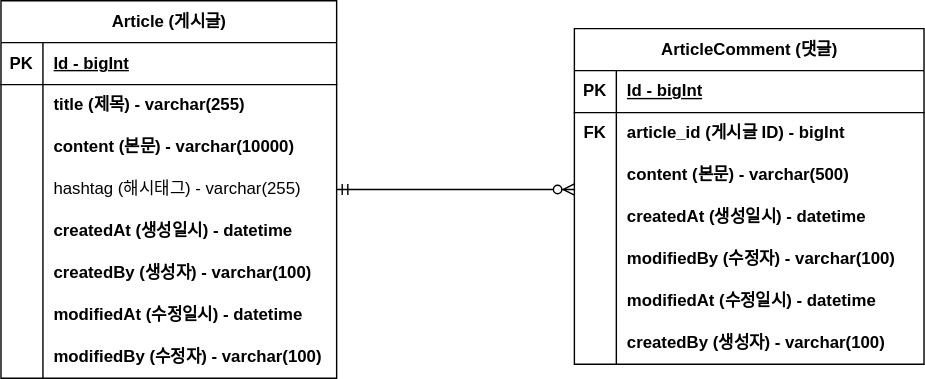
Above: document/board-project-erd.svg in CodingScript990/board-project (draw.io), before the change. Source tidied: cells renumbered, new cells last; positions are measured from the earlier drawing's top-left corner, leaving out a move shared by most shapes.
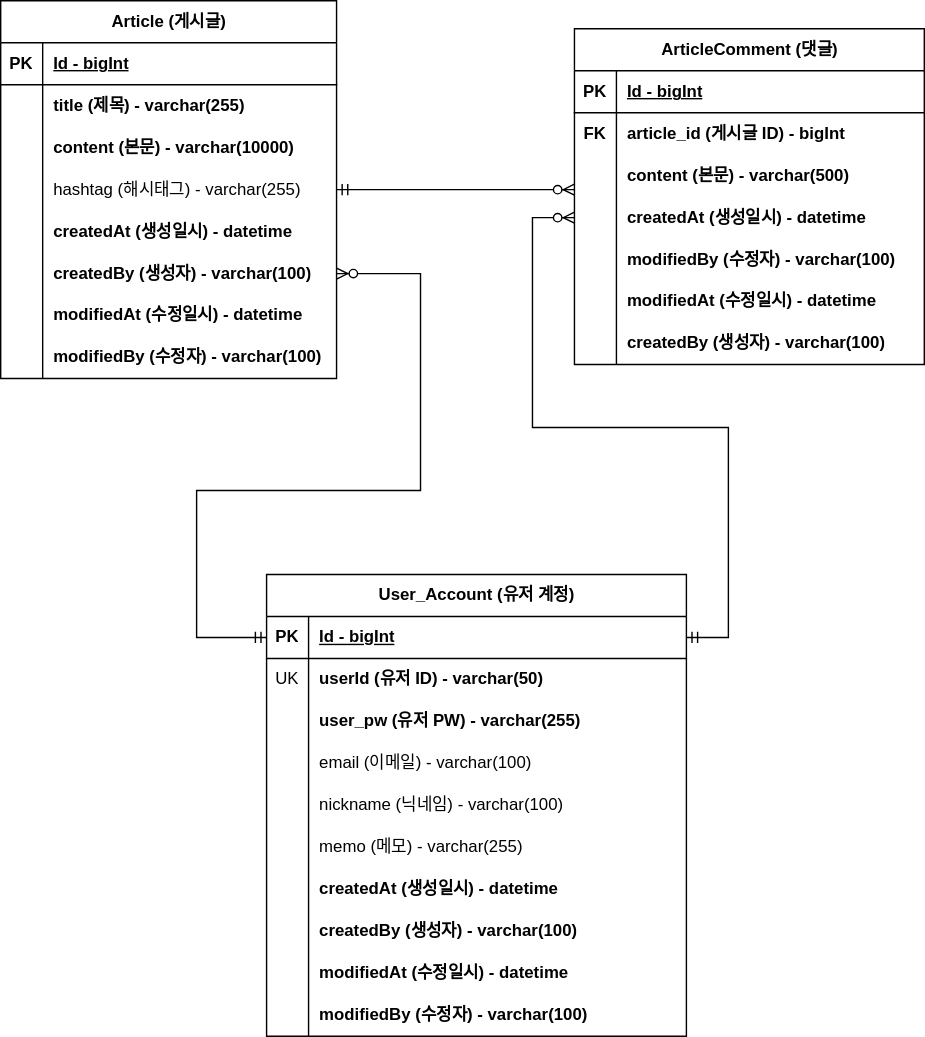
Above is the later version.

The edit, as a diff of the source:
```diff
@@ -148,5 +148,114 @@
         <mxPoint x="410" y="135" as="targetPoint" />
       </mxGeometry>
     </mxCell>
+    <mxCell id="50" value="User_Account (유저 계정)" style="shape=table;startSize=30;rowLines=0;fontStyle=1;align=center;html=1;strokeWidth=1;" parent="1" vertex="1">
+      <mxGeometry x="190" y="410" width="300" height="330" as="geometry" />
+    </mxCell>
+    <mxCell id="51" style="shape=tableRow;horizontal=0;startSize=0;swimlaneHead=0;swimlaneBody=0;fillColor=none;points=[[0,0.5],[1,0.5]];portConstraint=eastwest;top=0;left=0;right=0;bottom=1;" parent="50" vertex="1">
+      <mxGeometry y="30" width="300" height="30" as="geometry" />
+    </mxCell>
+    <mxCell id="52" value="PK" style="shape=partialRectangle;fillColor=none;top=0;left=0;bottom=0;right=0;fontStyle=1;overflow=hidden;whiteSpace=wrap;html=1;" parent="51" vertex="1">
+      <mxGeometry width="30" height="30" as="geometry" />
+    </mxCell>
+    <mxCell id="53" value="Id - bigInt" style="shape=partialRectangle;fillColor=none;top=0;left=0;bottom=0;right=0;align=left;spacingLeft=6;fontStyle=5;overflow=hidden;whiteSpace=wrap;html=1;" parent="51" vertex="1">
+      <mxGeometry x="30" width="270" height="30" as="geometry" />
+    </mxCell>
+    <mxCell id="54" style="shape=tableRow;horizontal=0;startSize=0;swimlaneHead=0;swimlaneBody=0;fillColor=none;top=0;left=0;right=0;bottom=0;" parent="50" vertex="1">
+      <mxGeometry y="60" width="300" height="30" as="geometry" />
+    </mxCell>
+    <mxCell id="55" value="UK" style="shape=partialRectangle;fillColor=none;top=0;left=0;bottom=0;right=0;overflow=hidden;whiteSpace=wrap;html=1;" parent="54" vertex="1">
+      <mxGeometry width="30" height="30" as="geometry" />
+    </mxCell>
+    <mxCell id="56" value="userId (유저 ID) - varchar(50)" style="shape=partialRectangle;fillColor=none;top=0;left=0;bottom=0;right=0;align=left;spacingLeft=6;overflow=hidden;whiteSpace=wrap;html=1;fontStyle=1;" parent="54" vertex="1">
+      <mxGeometry x="30" width="270" height="30" as="geometry" />
+    </mxCell>
+    <mxCell id="57" style="shape=tableRow;horizontal=0;startSize=0;swimlaneHead=0;swimlaneBody=0;fillColor=none;top=0;left=0;right=0;bottom=0;" parent="50" vertex="1">
+      <mxGeometry y="90" width="300" height="30" as="geometry" />
+    </mxCell>
+    <mxCell id="58" style="shape=partialRectangle;fillColor=none;top=0;left=0;bottom=0;right=0;overflow=hidden;whiteSpace=wrap;html=1;" parent="57" vertex="1">
+      <mxGeometry width="30" height="30" as="geometry" />
+    </mxCell>
+    <mxCell id="59" value="user_pw (유저 PW) - varchar(255)" style="shape=partialRectangle;fillColor=none;top=0;left=0;bottom=0;right=0;align=left;spacingLeft=6;overflow=hidden;whiteSpace=wrap;html=1;fontStyle=1;" parent="57" vertex="1">
+      <mxGeometry x="30" width="270" height="30" as="geometry" />
+    </mxCell>
+    <mxCell id="60" style="shape=tableRow;horizontal=0;startSize=0;swimlaneHead=0;swimlaneBody=0;fillColor=none;top=0;left=0;right=0;bottom=0;" parent="50" vertex="1">
+      <mxGeometry y="120" width="300" height="30" as="geometry" />
+    </mxCell>
+    <mxCell id="61" style="shape=partialRectangle;fillColor=none;top=0;left=0;bottom=0;right=0;overflow=hidden;whiteSpace=wrap;html=1;" parent="60" vertex="1">
+      <mxGeometry width="30" height="30" as="geometry" />
+    </mxCell>
+    <mxCell id="62" value="email (이메일) - varchar(100)" style="shape=partialRectangle;fillColor=none;top=0;left=0;bottom=0;right=0;align=left;spacingLeft=6;overflow=hidden;whiteSpace=wrap;html=1;" parent="60" vertex="1">
+      <mxGeometry x="30" width="270" height="30" as="geometry" />
+    </mxCell>
+    <mxCell id="63" style="shape=tableRow;horizontal=0;startSize=0;swimlaneHead=0;swimlaneBody=0;fillColor=none;top=0;left=0;right=0;bottom=0;" parent="50" vertex="1">
+      <mxGeometry y="150" width="300" height="30" as="geometry" />
+    </mxCell>
+    <mxCell id="64" style="shape=partialRectangle;fillColor=none;top=0;left=0;bottom=0;right=0;overflow=hidden;whiteSpace=wrap;html=1;" parent="63" vertex="1">
+      <mxGeometry width="30" height="30" as="geometry" />
+    </mxCell>
+    <mxCell id="65" value="&lt;span style=&quot;font-weight: normal;&quot;&gt;nickname (닉네임) - varchar(100)&lt;/span&gt;" style="shape=partialRectangle;fillColor=none;top=0;left=0;bottom=0;right=0;align=left;spacingLeft=6;overflow=hidden;whiteSpace=wrap;html=1;fontStyle=1;" parent="63" vertex="1">
+      <mxGeometry x="30" width="270" height="30" as="geometry" />
+    </mxCell>
+    <mxCell id="66" style="shape=tableRow;horizontal=0;startSize=0;swimlaneHead=0;swimlaneBody=0;fillColor=none;top=0;left=0;right=0;bottom=0;" parent="50" vertex="1">
+      <mxGeometry y="180" width="300" height="30" as="geometry" />
+    </mxCell>
+    <mxCell id="67" style="shape=partialRectangle;fillColor=none;top=0;left=0;bottom=0;right=0;overflow=hidden;whiteSpace=wrap;html=1;" parent="66" vertex="1">
+      <mxGeometry width="30" height="30" as="geometry" />
+    </mxCell>
+    <mxCell id="68" value="&lt;span style=&quot;font-weight: normal;&quot;&gt;memo (메모) - varchar(255)&lt;/span&gt;" style="shape=partialRectangle;fillColor=none;top=0;left=0;bottom=0;right=0;align=left;spacingLeft=6;overflow=hidden;whiteSpace=wrap;html=1;fontStyle=1;" parent="66" vertex="1">
+      <mxGeometry x="30" width="270" height="30" as="geometry" />
+    </mxCell>
+    <mxCell id="69" style="shape=tableRow;horizontal=0;startSize=0;swimlaneHead=0;swimlaneBody=0;fillColor=none;top=0;left=0;right=0;bottom=0;" parent="50" vertex="1">
+      <mxGeometry y="210" width="300" height="30" as="geometry" />
+    </mxCell>
+    <mxCell id="70" style="shape=partialRectangle;fillColor=none;top=0;left=0;bottom=0;right=0;overflow=hidden;whiteSpace=wrap;html=1;" parent="69" vertex="1">
+      <mxGeometry width="30" height="30" as="geometry" />
+    </mxCell>
+    <mxCell id="71" value="createdAt (생성일시) - datetime" style="shape=partialRectangle;fillColor=none;top=0;left=0;bottom=0;right=0;align=left;spacingLeft=6;overflow=hidden;whiteSpace=wrap;html=1;fontStyle=1;" parent="69" vertex="1">
+      <mxGeometry x="30" width="270" height="30" as="geometry" />
+    </mxCell>
+    <mxCell id="72" style="shape=tableRow;horizontal=0;startSize=0;swimlaneHead=0;swimlaneBody=0;fillColor=none;top=0;left=0;right=0;bottom=0;" parent="50" vertex="1">
+      <mxGeometry y="240" width="300" height="30" as="geometry" />
+    </mxCell>
+    <mxCell id="73" style="shape=partialRectangle;fillColor=none;top=0;left=0;bottom=0;right=0;overflow=hidden;whiteSpace=wrap;html=1;" parent="72" vertex="1">
+      <mxGeometry width="30" height="30" as="geometry" />
+    </mxCell>
+    <mxCell id="74" value="createdBy (생성자) - varchar(100)" style="shape=partialRectangle;fillColor=none;top=0;left=0;bottom=0;right=0;align=left;spacingLeft=6;overflow=hidden;whiteSpace=wrap;html=1;fontStyle=1;" parent="72" vertex="1">
+      <mxGeometry x="30" width="270" height="30" as="geometry" />
+    </mxCell>
+    <mxCell id="75" style="shape=tableRow;horizontal=0;startSize=0;swimlaneHead=0;swimlaneBody=0;fillColor=none;top=0;left=0;right=0;bottom=0;" parent="50" vertex="1">
+      <mxGeometry y="270" width="300" height="30" as="geometry" />
+    </mxCell>
+    <mxCell id="76" style="shape=partialRectangle;fillColor=none;top=0;left=0;bottom=0;right=0;overflow=hidden;whiteSpace=wrap;html=1;" parent="75" vertex="1">
+      <mxGeometry width="30" height="30" as="geometry" />
+    </mxCell>
+    <mxCell id="77" value="modifiedAt (수정일시) - datetime" style="shape=partialRectangle;fillColor=none;top=0;left=0;bottom=0;right=0;align=left;spacingLeft=6;overflow=hidden;whiteSpace=wrap;html=1;fontStyle=1;" parent="75" vertex="1">
+      <mxGeometry x="30" width="270" height="30" as="geometry" />
+    </mxCell>
+    <mxCell id="78" style="shape=tableRow;horizontal=0;startSize=0;swimlaneHead=0;swimlaneBody=0;fillColor=none;top=0;left=0;right=0;bottom=0;" parent="50" vertex="1">
+      <mxGeometry y="300" width="300" height="30" as="geometry" />
+    </mxCell>
+    <mxCell id="79" style="shape=partialRectangle;fillColor=none;top=0;left=0;bottom=0;right=0;overflow=hidden;whiteSpace=wrap;html=1;" parent="78" vertex="1">
+      <mxGeometry width="30" height="30" as="geometry" />
+    </mxCell>
+    <mxCell id="80" value="modifiedBy (수정자) - varchar(100)" style="shape=partialRectangle;fillColor=none;top=0;left=0;bottom=0;right=0;align=left;spacingLeft=6;overflow=hidden;whiteSpace=wrap;html=1;fontStyle=1;" parent="78" vertex="1">
+      <mxGeometry x="30" width="270" height="30" as="geometry" />
+    </mxCell>
+    <mxCell id="81" style="edgeStyle=entityRelationEdgeStyle;fontSize=12;html=1;endArrow=ERzeroToMany;startArrow=ERmandOne;rounded=0;exitX=1;exitY=0.5;exitDx=0;exitDy=0;" parent="1" edge="1" source="51">
+      <mxGeometry relative="1" as="geometry">
+        <mxPoint x="410" y="155" as="targetPoint" />
+      </mxGeometry>
+    </mxCell>
+    <mxCell id="82" style="fontSize=12;html=1;endArrow=ERzeroToMany;startArrow=ERmandOne;rounded=0;entryX=1;entryY=0.5;entryDx=0;entryDy=0;exitX=0;exitY=0.5;exitDx=0;exitDy=0;" parent="1" edge="1" source="51" target="18">
+      <mxGeometry relative="1" as="geometry">
+        <Array as="points">
+          <mxPoint x="140" y="455" />
+          <mxPoint x="140" y="350" />
+          <mxPoint x="300" y="350" />
+          <mxPoint x="300" y="280" />
+          <mxPoint x="300" y="195" />
+        </Array>
+      </mxGeometry>
+    </mxCell>
   </root>
 </mxGraphModel>
```
